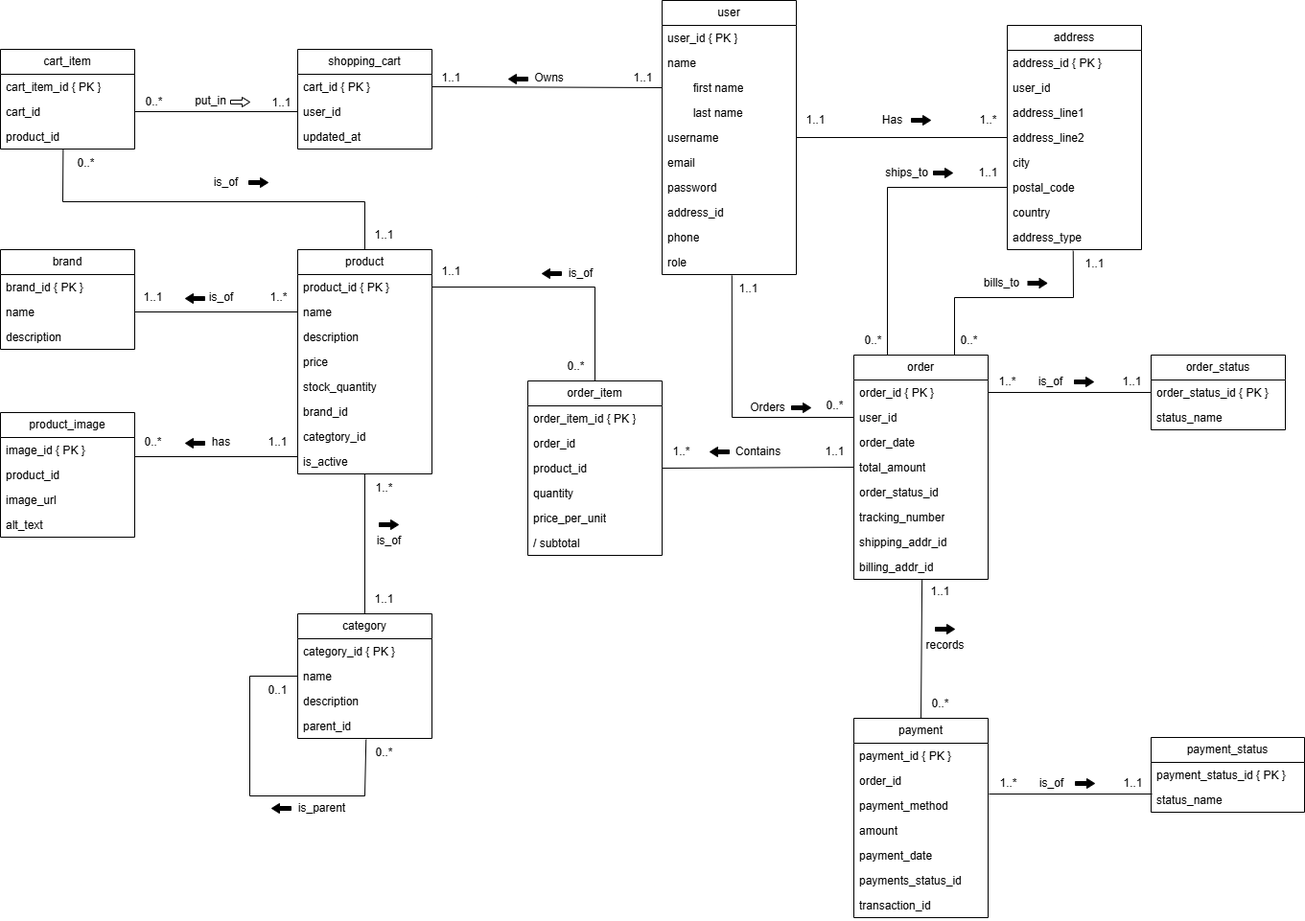
The draw.io diagram diagrams/ER-diagram-IDATG2204-project.drawio.png in magndy/IDATG2024-grp-06, before a commit. Source tidied: cells renumbered, new cells last; positions are measured from the earlier drawing's top-left corner, leaving out a move shared by most shapes.
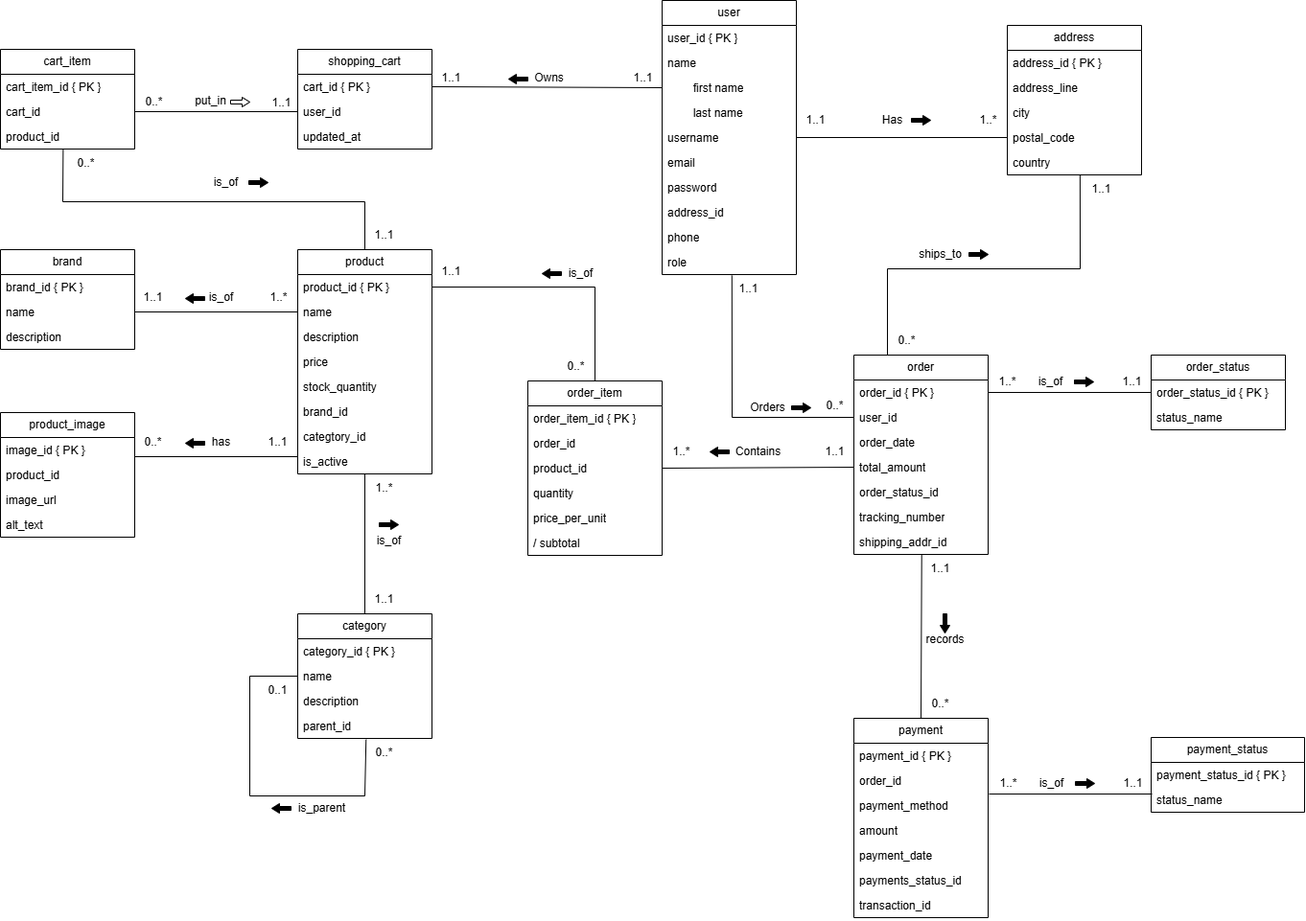
Above is the later version.

Change to the diagram source:
```diff
@@ -99,7 +99,7 @@
       <mxGeometry y="260" width="140" height="26" as="geometry" />
     </mxCell>
     <mxCell id="32" value="order" style="swimlane;fontStyle=0;horizontal=1;startSize=26;fillColor=none;whiteSpace=wrap;html=1;" parent="1" vertex="1">
-      <mxGeometry x="890" y="370" width="140" height="234" as="geometry" />
+      <mxGeometry x="890" y="370" width="140" height="208" as="geometry" />
     </mxCell>
     <mxCell id="33" value="order_id { PK }" style="text;strokeColor=none;fillColor=none;align=left;verticalAlign=top;spacingLeft=4;spacingRight=4;overflow=hidden;points=[[0,0.5],[1,0.5]];portConstraint=eastwest;whiteSpace=wrap;html=1;" parent="32" vertex="1">
       <mxGeometry y="26" width="140" height="26" as="geometry" />
@@ -122,9 +122,6 @@
     <mxCell id="39" value="shipping_addr_id" style="text;strokeColor=none;fillColor=none;align=left;verticalAlign=top;spacingLeft=4;spacingRight=4;overflow=hidden;whiteSpace=wrap;html=1;" parent="32" vertex="1">
       <mxGeometry y="182" width="140" height="26" as="geometry" />
     </mxCell>
-    <mxCell id="40" value="billing_addr_id" style="text;strokeColor=none;fillColor=none;align=left;verticalAlign=top;spacingLeft=4;spacingRight=4;overflow=hidden;whiteSpace=wrap;html=1;" parent="32" vertex="1">
-      <mxGeometry y="208" width="140" height="26" as="geometry" />
-    </mxCell>
     <mxCell id="41" value="order_item" style="swimlane;fontStyle=0;horizontal=1;startSize=26;fillColor=none;whiteSpace=wrap;html=1;" parent="1" vertex="1">
       <mxGeometry x="550" y="397" width="140" height="182" as="geometry" />
     </mxCell>
@@ -171,32 +168,23 @@
       <mxGeometry y="182" width="140" height="26" as="geometry" />
     </mxCell>
     <mxCell id="56" value="address" style="swimlane;fontStyle=0;horizontal=1;startSize=26;fillColor=none;whiteSpace=wrap;html=1;" parent="1" vertex="1">
-      <mxGeometry x="1050" y="26" width="140" height="234" as="geometry" />
+      <mxGeometry x="1050" y="26" width="140" height="156" as="geometry" />
     </mxCell>
     <mxCell id="57" value="address_id { PK }" style="text;strokeColor=none;fillColor=none;align=left;verticalAlign=top;spacingLeft=4;spacingRight=4;overflow=hidden;whiteSpace=wrap;html=1;" parent="56" vertex="1">
       <mxGeometry y="26" width="140" height="26" as="geometry" />
     </mxCell>
-    <mxCell id="58" value="user_id" style="text;strokeColor=none;fillColor=none;align=left;verticalAlign=top;spacingLeft=4;spacingRight=4;overflow=hidden;whiteSpace=wrap;html=1;" parent="56" vertex="1">
-      <mxGeometry y="52" width="140" height="26" as="geometry" />
-    </mxCell>
-    <mxCell id="59" value="address_line1" style="text;strokeColor=none;fillColor=none;align=left;verticalAlign=top;spacingLeft=4;spacingRight=4;overflow=hidden;whiteSpace=wrap;html=1;" parent="56" vertex="1">
-      <mxGeometry y="78" width="140" height="26" as="geometry" />
+    <mxCell id="59" value="address_line" style="text;strokeColor=none;fillColor=none;align=left;verticalAlign=top;spacingLeft=4;spacingRight=4;overflow=hidden;whiteSpace=wrap;html=1;" parent="56" vertex="1">
+      <mxGeometry y="52" width="140" height="26" as="geometry" />
     </mxCell>
-    <mxCell id="60" value="address_line2" style="text;strokeColor=none;fillColor=none;align=left;verticalAlign=top;spacingLeft=4;spacingRight=4;overflow=hidden;points=[[0,0.5],[1,0.5]];portConstraint=eastwest;whiteSpace=wrap;html=1;" parent="56" vertex="1">
-      <mxGeometry y="104" width="140" height="26" as="geometry" />
-    </mxCell>
     <mxCell id="61" value="city" style="text;strokeColor=none;fillColor=none;align=left;verticalAlign=top;spacingLeft=4;spacingRight=4;overflow=hidden;whiteSpace=wrap;html=1;" parent="56" vertex="1">
-      <mxGeometry y="130" width="140" height="26" as="geometry" />
+      <mxGeometry y="78" width="140" height="26" as="geometry" />
     </mxCell>
     <mxCell id="62" value="postal_code" style="text;strokeColor=none;fillColor=none;align=left;verticalAlign=top;spacingLeft=4;spacingRight=4;overflow=hidden;points=[[0,0.5],[1,0.5]];portConstraint=eastwest;whiteSpace=wrap;html=1;" parent="56" vertex="1">
-      <mxGeometry y="156" width="140" height="26" as="geometry" />
+      <mxGeometry y="104" width="140" height="26" as="geometry" />
     </mxCell>
     <mxCell id="63" value="country" style="text;strokeColor=none;fillColor=none;align=left;verticalAlign=top;spacingLeft=4;spacingRight=4;overflow=hidden;points=[[0,0.5],[1,0.5]];portConstraint=eastwest;whiteSpace=wrap;html=1;" parent="56" vertex="1">
-      <mxGeometry y="182" width="140" height="26" as="geometry" />
+      <mxGeometry y="130" width="140" height="26" as="geometry" />
     </mxCell>
-    <mxCell id="64" value="address_type" style="text;strokeColor=none;fillColor=none;align=left;verticalAlign=top;spacingLeft=4;spacingRight=4;overflow=hidden;points=[[0,0.5],[1,0.5]];portConstraint=eastwest;whiteSpace=wrap;html=1;" parent="56" vertex="1">
-      <mxGeometry y="208" width="140" height="26" as="geometry" />
-    </mxCell>
     <mxCell id="65" value="product_image" style="swimlane;fontStyle=0;horizontal=1;startSize=26;fillColor=none;whiteSpace=wrap;html=1;" parent="1" vertex="1">
       <mxGeometry y="430" width="140" height="130" as="geometry" />
     </mxCell>
@@ -257,8 +245,10 @@
     <mxCell id="84" value="Has" style="text;html=1;align=center;verticalAlign=middle;strokeColor=none;fillColor=none;" parent="1" vertex="1">
       <mxGeometry x="910" y="110" width="40" height="30" as="geometry" />
     </mxCell>
-    <mxCell id="85" style="endArrow=none;html=1;rounded=0;exitX=0;exitY=0.5;exitDx=0;exitDy=0;entryX=1;entryY=0.5;entryDx=0;entryDy=0;" parent="1" edge="1" source="60" target="26">
-      <mxGeometry relative="1" as="geometry" />
+    <mxCell id="85" style="endArrow=none;html=1;rounded=0;exitX=0;exitY=0.5;exitDx=0;exitDy=0;entryX=1;entryY=0.5;entryDx=0;entryDy=0;" parent="1" edge="1" target="26">
+      <mxGeometry relative="1" as="geometry">
+        <mxPoint x="1050" y="143" as="sourcePoint" />
+      </mxGeometry>
     </mxCell>
     <mxCell id="86" style="shape=singleArrow;whiteSpace=wrap;html=1;arrowWidth=0.4;arrowSize=0.4;rotation=0;fillColor=light-dark(#000000,#000000);strokeColor=light-dark(#000000,#000000);fillStyle=solid;" parent="1" vertex="1">
       <mxGeometry x="950" y="120" width="20" height="10" as="geometry" />
@@ -416,26 +406,25 @@
         </Array>
       </mxGeometry>
     </mxCell>
-    <mxCell id="134" style="endArrow=none;html=1;rounded=0;exitX=0.25;exitY=0;exitDx=0;exitDy=0;entryX=0;entryY=0.5;entryDx=0;entryDy=0;" parent="1" edge="1" source="32" target="62">
+    <mxCell id="134" style="endArrow=none;html=1;rounded=0;exitX=0.25;exitY=0;exitDx=0;exitDy=0;entryX=0.542;entryY=0.994;entryDx=0;entryDy=0;entryPerimeter=0;" parent="1" edge="1" source="32" target="63">
       <mxGeometry relative="1" as="geometry">
         <Array as="points">
-          <mxPoint x="925" y="195" />
+          <mxPoint x="925" y="280" />
+          <mxPoint x="1126" y="280" />
         </Array>
       </mxGeometry>
     </mxCell>
-    <mxCell id="135" style="endArrow=none;html=1;rounded=0;entryX=0.508;entryY=1.064;entryDx=0;entryDy=0;entryPerimeter=0;exitX=0.5;exitY=0;exitDx=0;exitDy=0;" parent="1" edge="1" source="48">
-      <mxGeometry relative="1" as="geometry">
-        <mxPoint x="961.1" y="603.7" as="targetPoint" />
-      </mxGeometry>
+    <mxCell id="135" style="endArrow=none;html=1;rounded=0;entryX=0.018;entryY=0.008;entryDx=0;entryDy=0;entryPerimeter=0;exitX=0.5;exitY=0;exitDx=0;exitDy=0;" parent="1" edge="1" source="48" target="138">
+      <mxGeometry relative="1" as="geometry" />
     </mxCell>
     <mxCell id="136" value="records" style="text;html=1;align=center;verticalAlign=middle;strokeColor=none;fillColor=none;" parent="1" vertex="1">
-      <mxGeometry x="955" y="658" width="60" height="30" as="geometry" />
+      <mxGeometry x="955" y="652" width="60" height="30" as="geometry" />
     </mxCell>
-    <mxCell id="137" style="shape=singleArrow;whiteSpace=wrap;html=1;arrowWidth=0.4;arrowSize=0.4;rotation=0;fillColor=light-dark(#000000,#000000);strokeColor=light-dark(#000000,#000000);fillStyle=solid;" parent="1" vertex="1">
-      <mxGeometry x="975" y="651" width="20" height="10" as="geometry" />
+    <mxCell id="137" style="shape=singleArrow;whiteSpace=wrap;html=1;arrowWidth=0.4;arrowSize=0.4;rotation=90;fillColor=light-dark(#000000,#000000);strokeColor=light-dark(#000000,#000000);fillStyle=solid;" parent="1" vertex="1">
+      <mxGeometry x="975" y="645" width="20" height="10" as="geometry" />
     </mxCell>
     <mxCell id="138" value="1..1" style="text;html=1;align=center;verticalAlign=middle;points=[];strokeColor=none;fillColor=none;" parent="1" vertex="1">
-      <mxGeometry x="960" y="602" width="40" height="30" as="geometry" />
+      <mxGeometry x="960" y="578" width="40" height="30" as="geometry" />
     </mxCell>
     <mxCell id="139" style="endArrow=none;html=1;rounded=0;entryX=1;entryY=0.5;entryDx=0;entryDy=0;exitX=0;exitY=0.5;exitDx=0;exitDy=0;" parent="1" edge="1">
       <mxGeometry relative="1" as="geometry">
@@ -475,37 +464,17 @@
       <mxGeometry x="580" y="367" width="40" height="30" as="geometry" />
     </mxCell>
     <mxCell id="149" value="ships_to" style="text;html=1;align=center;verticalAlign=middle;strokeColor=none;fillColor=none;" parent="1" vertex="1">
-      <mxGeometry x="910" y="165" width="70" height="30" as="geometry" />
+      <mxGeometry x="945" y="250" width="70" height="30" as="geometry" />
     </mxCell>
     <mxCell id="150" style="shape=singleArrow;whiteSpace=wrap;html=1;arrowWidth=0.4;arrowSize=0.4;rotation=0;fillColor=light-dark(#000000,#000000);strokeColor=light-dark(#000000,#000000);fillStyle=solid;" parent="1" vertex="1">
-      <mxGeometry x="973" y="175" width="20" height="10" as="geometry" />
+      <mxGeometry x="1010" y="260" width="20" height="10" as="geometry" />
     </mxCell>
     <mxCell id="151" value="1..1" style="text;html=1;align=center;verticalAlign=middle;strokeColor=none;fillColor=none;" parent="1" vertex="1">
-      <mxGeometry x="1010" y="165" width="40" height="30" as="geometry" />
+      <mxGeometry x="1128" y="182" width="40" height="30" as="geometry" />
     </mxCell>
     <mxCell id="152" value="0..*" style="text;html=1;align=center;verticalAlign=middle;strokeColor=none;fillColor=none;" parent="1" vertex="1">
-      <mxGeometry x="890" y="340" width="40" height="30" as="geometry" />
+      <mxGeometry x="925" y="340" width="40" height="30" as="geometry" />
     </mxCell>
-    <mxCell id="153" style="endArrow=none;html=1;rounded=0;exitX=0.75;exitY=0;exitDx=0;exitDy=0;entryX=0.491;entryY=1.046;entryDx=0;entryDy=0;entryPerimeter=0;" parent="1" edge="1" source="32" target="64">
-      <mxGeometry relative="1" as="geometry">
-        <Array as="points">
-          <mxPoint x="995" y="310" />
-          <mxPoint x="1119" y="310" />
-        </Array>
-      </mxGeometry>
-    </mxCell>
-    <mxCell id="154" value="bills_to" style="text;html=1;align=center;verticalAlign=middle;strokeColor=none;fillColor=none;" parent="1" vertex="1">
-      <mxGeometry x="1013.5" y="280" width="60" height="30" as="geometry" />
-    </mxCell>
-    <mxCell id="155" style="shape=singleArrow;whiteSpace=wrap;html=1;arrowWidth=0.4;arrowSize=0.4;rotation=0;fillColor=light-dark(#000000,#000000);strokeColor=light-dark(#000000,#000000);fillStyle=solid;" parent="1" vertex="1">
-      <mxGeometry x="1071.5" y="290" width="20" height="10" as="geometry" />
-    </mxCell>
-    <mxCell id="156" value="0..*" style="text;html=1;align=center;verticalAlign=middle;strokeColor=none;fillColor=none;" parent="1" vertex="1">
-      <mxGeometry x="990" y="340" width="40" height="30" as="geometry" />
-    </mxCell>
-    <mxCell id="157" value="1..1" style="text;html=1;align=center;verticalAlign=middle;strokeColor=none;fillColor=none;" parent="1" vertex="1">
-      <mxGeometry x="1121" y="260" width="40" height="30" as="geometry" />
-    </mxCell>
     <mxCell id="158" value="0..*" style="text;html=1;align=center;verticalAlign=middle;strokeColor=none;fillColor=none;" parent="1" vertex="1">
       <mxGeometry x="960" y="719" width="40" height="30" as="geometry" />
     </mxCell>
```
